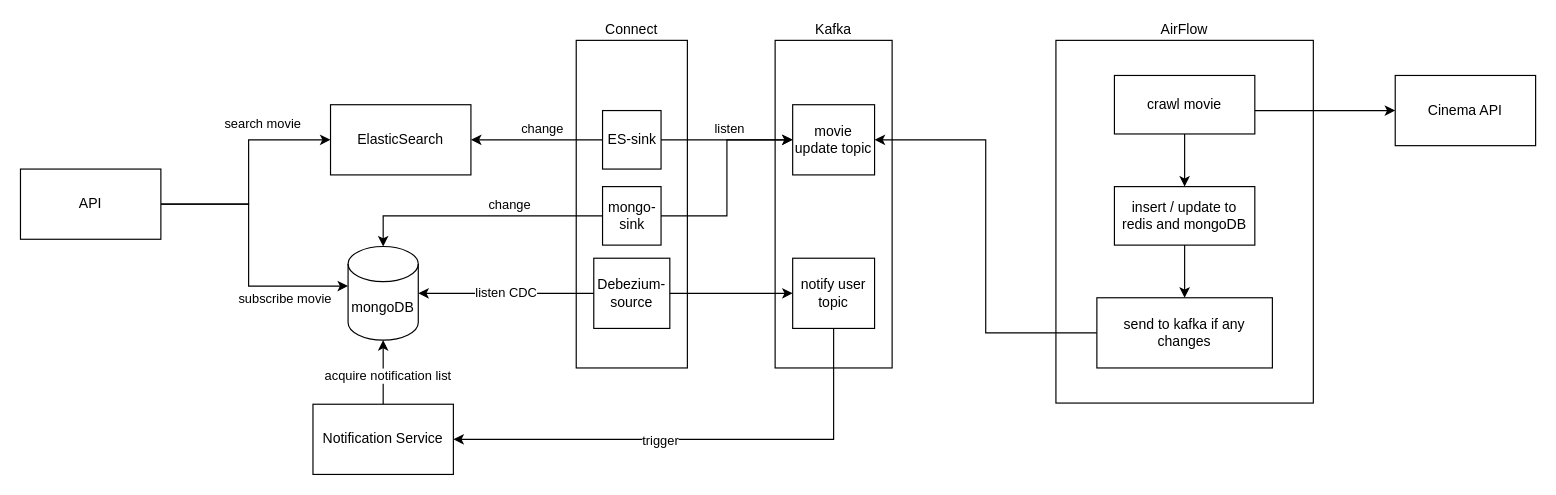
This is graph/arch.drawio from harrison-yck/data-engineering, a draw.io file, before an edit. Source tidied: cells renumbered, new cells numbered last; positions are measured from the earlier drawing's top-left corner, leaving out a move shared by most shapes. Both pictures are drawn from the tidied source at 117%, with x=0, y=0 at pixel (20, 40).
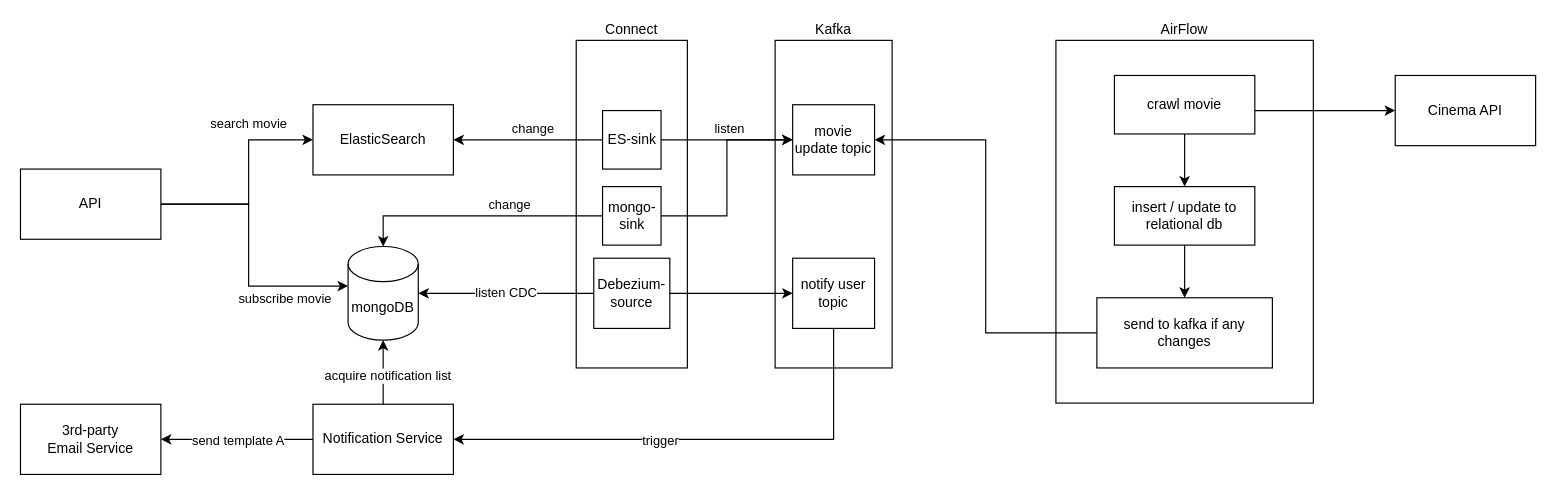
The same diagram, later.

The change refers to these unchanged cells:
```xml
<mxCell id="16" value="Notification Service" style="rounded=0;whiteSpace=wrap;html=1;" parent="1" vertex="1">
  <mxGeometry x="250" y="311" width="120" height="60" as="geometry" />
</mxCell>
```

The edit, as a diff of the source:
```diff
@@
     <mxCell id="7" value="ElasticSearch" style="rounded=0;whiteSpace=wrap;html=1;" parent="1" vertex="1">
-      <mxGeometry x="265" y="55" width="120" height="60" as="geometry" />
+      <mxGeometry x="250" y="55" width="120" height="60" as="geometry" />
     </mxCell>
@@
+    <mxCell id="39" style="edgeStyle=orthogonalEdgeStyle;rounded=0;jettySize=auto;html=1;entryX=1;entryY=0.5;entryDx=0;entryDy=0;" parent="1" edge="1" source="16" target="41">
+      <mxGeometry relative="1" as="geometry" />
+    </mxCell>
+    <mxCell id="40" value="send template A" style="edgeLabel;html=1;align=center;verticalAlign=middle;" parent="39" vertex="1">
+      <mxGeometry x="0.1" y="-3" relative="1" as="geometry">
+        <mxPoint x="7" y="3" as="offset" />
+      </mxGeometry>
+    </mxCell>
@@
-    <mxCell id="36" value="insert / update to redis and mongoDB" style="rounded=0;whiteSpace=wrap;html=1;labelPosition=center;verticalLabelPosition=middle;align=center;verticalAlign=middle;" parent="1" vertex="1">
+    <mxCell id="36" value="insert / update to relational db" style="rounded=0;whiteSpace=wrap;html=1;labelPosition=center;verticalLabelPosition=middle;align=center;verticalAlign=middle;" parent="1" vertex="1">
       <mxGeometry x="935" y="125" width="120" height="50" as="geometry" />
     </mxCell>
@@
+    <mxCell id="41" value="3rd-party&lt;br&gt;Email Service" style="rounded=0;whiteSpace=wrap;html=1;" parent="1" vertex="1">
+      <mxGeometry y="311" width="120" height="60" as="geometry" />
+    </mxCell>
```
